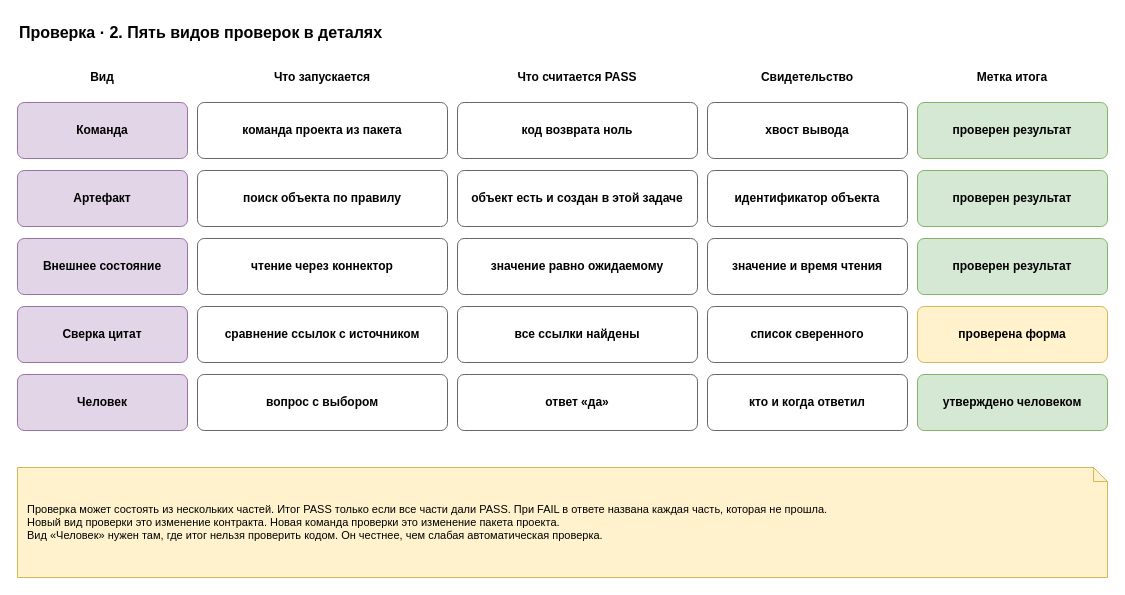
Above: page "2. Виды проверок" (2 of 5) of docs/spec/harness-check.drawio in roygkov/reins (draw.io), before the change. Source tidied: cells renumbered, new cells numbered last; positions are measured from the earlier drawing's top-left corner, leaving out a move shared by most shapes. Both pictures are drawn from the tidied source at 100%, with x=0, y=0 at pixel (17, 17).
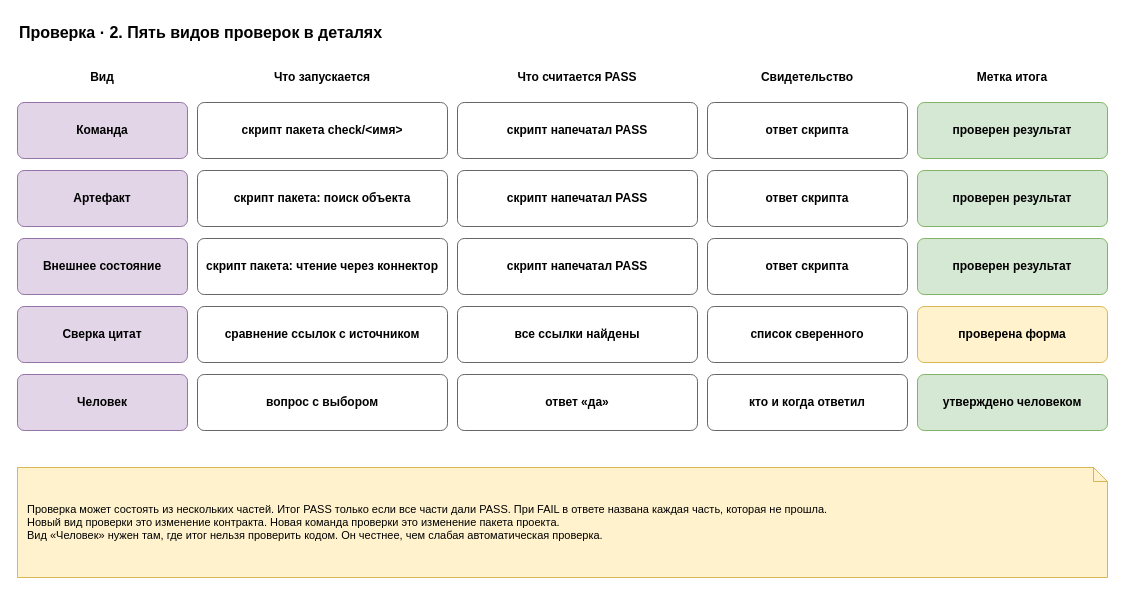
The same diagram, later.

Change to the diagram source:
```diff
@@
-    <mxCell id="9" value="&lt;b&gt;команда проекта из пакета&lt;/b&gt;" style="rounded=1;whiteSpace=wrap;html=1;fillColor=#ffffff;strokeColor=#666666;arcSize=12;fontStyle=0;" parent="1" vertex="1">
+    <mxCell id="9" value="&lt;b&gt;скрипт пакета check/&lt;имя&gt;&lt;/b&gt;" style="rounded=1;whiteSpace=wrap;html=1;fillColor=#ffffff;strokeColor=#666666;arcSize=12;fontStyle=0;" parent="1" vertex="1">
       <mxGeometry x="180" y="85" width="250" height="56" as="geometry" />
     </mxCell>
-    <mxCell id="10" value="&lt;b&gt;код возврата ноль&lt;/b&gt;" style="rounded=1;whiteSpace=wrap;html=1;fillColor=#ffffff;strokeColor=#666666;arcSize=12;fontStyle=0;" parent="1" vertex="1">
+    <mxCell id="10" value="&lt;b&gt;скрипт напечатал PASS&lt;/b&gt;" style="rounded=1;whiteSpace=wrap;html=1;fillColor=#ffffff;strokeColor=#666666;arcSize=12;fontStyle=0;" parent="1" vertex="1">
       <mxGeometry x="440" y="85" width="240" height="56" as="geometry" />
     </mxCell>
-    <mxCell id="11" value="&lt;b&gt;хвост вывода&lt;/b&gt;" style="rounded=1;whiteSpace=wrap;html=1;fillColor=#ffffff;strokeColor=#666666;arcSize=12;fontStyle=0;" parent="1" vertex="1">
+    <mxCell id="11" value="&lt;b&gt;ответ скрипта&lt;/b&gt;" style="rounded=1;whiteSpace=wrap;html=1;fillColor=#ffffff;strokeColor=#666666;arcSize=12;fontStyle=0;" parent="1" vertex="1">
       <mxGeometry x="690" y="85" width="200" height="56" as="geometry" />
     </mxCell>
@@
-    <mxCell id="14" value="&lt;b&gt;поиск объекта по правилу&lt;/b&gt;" style="rounded=1;whiteSpace=wrap;html=1;fillColor=#ffffff;strokeColor=#666666;arcSize=12;fontStyle=0;" parent="1" vertex="1">
+    <mxCell id="14" value="&lt;b&gt;скрипт пакета: поиск объекта&lt;/b&gt;" style="rounded=1;whiteSpace=wrap;html=1;fillColor=#ffffff;strokeColor=#666666;arcSize=12;fontStyle=0;" parent="1" vertex="1">
       <mxGeometry x="180" y="153" width="250" height="56" as="geometry" />
     </mxCell>
-    <mxCell id="15" value="&lt;b&gt;объект есть и создан в этой задаче&lt;/b&gt;" style="rounded=1;whiteSpace=wrap;html=1;fillColor=#ffffff;strokeColor=#666666;arcSize=12;fontStyle=0;" parent="1" vertex="1">
+    <mxCell id="15" value="&lt;b&gt;скрипт напечатал PASS&lt;/b&gt;" style="rounded=1;whiteSpace=wrap;html=1;fillColor=#ffffff;strokeColor=#666666;arcSize=12;fontStyle=0;" parent="1" vertex="1">
       <mxGeometry x="440" y="153" width="240" height="56" as="geometry" />
     </mxCell>
-    <mxCell id="16" value="&lt;b&gt;идентификатор объекта&lt;/b&gt;" style="rounded=1;whiteSpace=wrap;html=1;fillColor=#ffffff;strokeColor=#666666;arcSize=12;fontStyle=0;" parent="1" vertex="1">
+    <mxCell id="16" value="&lt;b&gt;ответ скрипта&lt;/b&gt;" style="rounded=1;whiteSpace=wrap;html=1;fillColor=#ffffff;strokeColor=#666666;arcSize=12;fontStyle=0;" parent="1" vertex="1">
       <mxGeometry x="690" y="153" width="200" height="56" as="geometry" />
     </mxCell>
@@
-    <mxCell id="19" value="&lt;b&gt;чтение через коннектор&lt;/b&gt;" style="rounded=1;whiteSpace=wrap;html=1;fillColor=#ffffff;strokeColor=#666666;arcSize=12;fontStyle=0;" parent="1" vertex="1">
+    <mxCell id="19" value="&lt;b&gt;скрипт пакета: чтение через коннектор&lt;/b&gt;" style="rounded=1;whiteSpace=wrap;html=1;fillColor=#ffffff;strokeColor=#666666;arcSize=12;fontStyle=0;" parent="1" vertex="1">
       <mxGeometry x="180" y="221" width="250" height="56" as="geometry" />
     </mxCell>
-    <mxCell id="20" value="&lt;b&gt;значение равно ожидаемому&lt;/b&gt;" style="rounded=1;whiteSpace=wrap;html=1;fillColor=#ffffff;strokeColor=#666666;arcSize=12;fontStyle=0;" parent="1" vertex="1">
+    <mxCell id="20" value="&lt;b&gt;скрипт напечатал PASS&lt;/b&gt;" style="rounded=1;whiteSpace=wrap;html=1;fillColor=#ffffff;strokeColor=#666666;arcSize=12;fontStyle=0;" parent="1" vertex="1">
       <mxGeometry x="440" y="221" width="240" height="56" as="geometry" />
     </mxCell>
-    <mxCell id="21" value="&lt;b&gt;значение и время чтения&lt;/b&gt;" style="rounded=1;whiteSpace=wrap;html=1;fillColor=#ffffff;strokeColor=#666666;arcSize=12;fontStyle=0;" parent="1" vertex="1">
+    <mxCell id="21" value="&lt;b&gt;ответ скрипта&lt;/b&gt;" style="rounded=1;whiteSpace=wrap;html=1;fillColor=#ffffff;strokeColor=#666666;arcSize=12;fontStyle=0;" parent="1" vertex="1">
       <mxGeometry x="690" y="221" width="200" height="56" as="geometry" />
     </mxCell>
```
